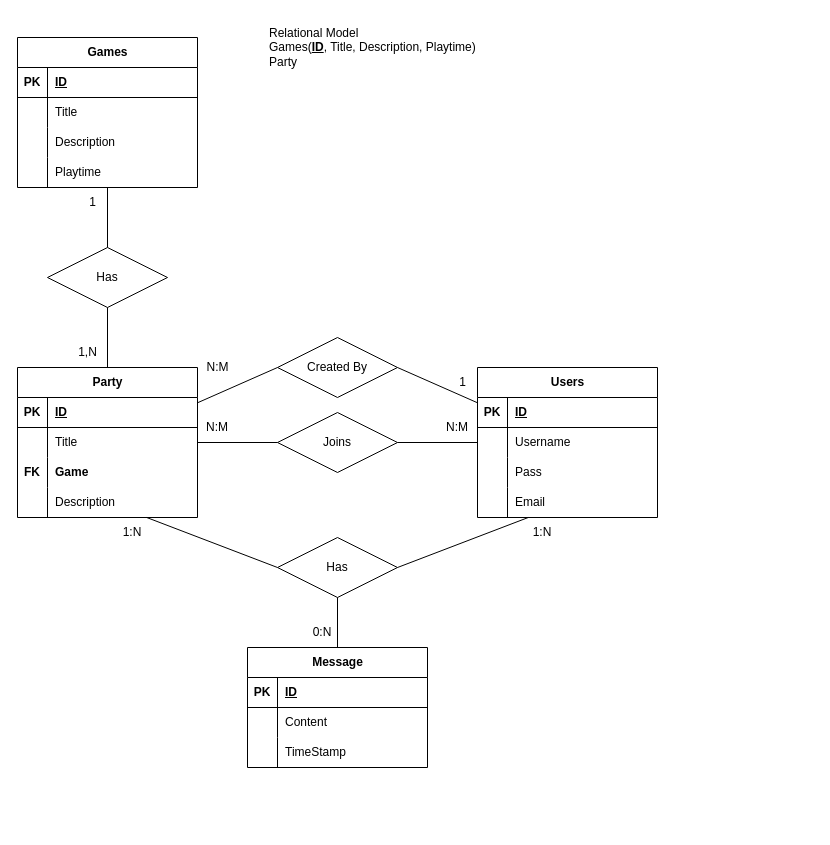
Above: Diagrama ER.drawio in BasementHalfStackDev/prueba-tecnica-pt1 (draw.io), before the change. Source tidied: cells renumbered, new cells numbered last; positions are measured from the earlier drawing's top-left corner, leaving out a move shared by most shapes. Both pictures are drawn from the tidied source at 100%, with x=0, y=0 at pixel (17, 17).
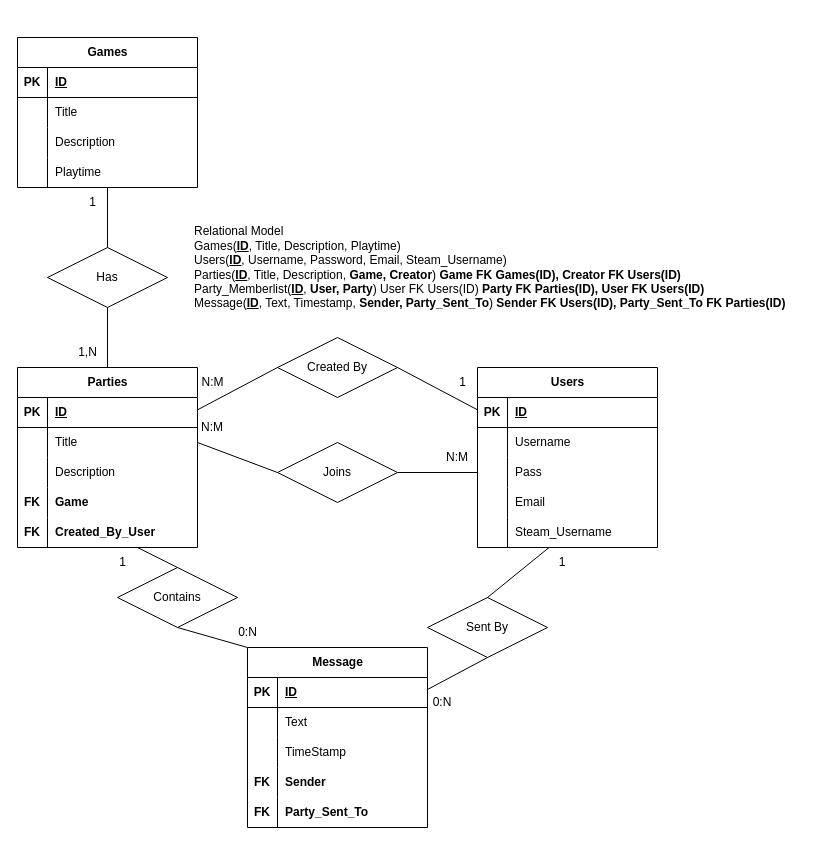
After the change.

The change refers to these unchanged cells:
```xml
<mxCell id="19" style="shape=tableRow;horizontal=0;startSize=0;swimlaneHead=0;swimlaneBody=0;fillColor=none;points=[[0,0.5],[1,0.5]];portConstraint=eastwest;top=0;left=0;right=0;bottom=0;" parent="15" vertex="1">
  <mxGeometry y="60" width="180" height="30" as="geometry" />
</mxCell>
<mxCell id="22" style="shape=tableRow;horizontal=0;startSize=0;swimlaneHead=0;swimlaneBody=0;fillColor=none;points=[[0,0.5],[1,0.5]];portConstraint=eastwest;top=0;left=0;right=0;bottom=0;" parent="15" vertex="1">
  <mxGeometry y="90" width="180" height="30" as="geometry" />
</mxCell>
<mxCell id="25" style="shape=tableRow;horizontal=0;startSize=0;swimlaneHead=0;swimlaneBody=0;fillColor=none;points=[[0,0.5],[1,0.5]];portConstraint=eastwest;top=0;left=0;right=0;bottom=0;" parent="15" vertex="1">
  <mxGeometry y="120" width="180" height="30" as="geometry" />
</mxCell>
<mxCell id="35" style="shape=tableRow;horizontal=0;startSize=0;swimlaneHead=0;swimlaneBody=0;fillColor=none;top=0;left=0;right=0;bottom=0;" parent="28" vertex="1">
  <mxGeometry y="90" width="180" height="30" as="geometry" />
</mxCell>
<mxCell id="45" style="shape=tableRow;horizontal=0;startSize=0;swimlaneHead=0;swimlaneBody=0;fillColor=none;top=0;left=0;right=0;bottom=0;" parent="41" vertex="1">
  <mxGeometry y="60" width="180" height="30" as="geometry" />
</mxCell>
```

Change to the diagram source:
```diff
@@
     <mxCell id="15" value="Users" style="shape=table;startSize=30;childLayout=tableLayout;rowLines=0;fontStyle=1;align=center;html=1;" parent="1" vertex="1">
-      <mxGeometry x="460" y="350" width="180" height="150" as="geometry" />
+      <mxGeometry x="460" y="350" width="180" height="180" as="geometry" />
     </mxCell>
@@
+    <mxCell id="74" style="shape=tableRow;horizontal=0;startSize=0;swimlaneHead=0;swimlaneBody=0;fillColor=none;points=[[0,0.5],[1,0.5]];portConstraint=eastwest;top=0;left=0;right=0;bottom=0;" parent="15" vertex="1">
+      <mxGeometry y="150" width="180" height="30" as="geometry" />
+    </mxCell>
+    <mxCell id="75" style="shape=partialRectangle;fillColor=none;top=0;left=0;bottom=0;right=0;overflow=hidden;whiteSpace=wrap;html=1;" parent="74" vertex="1">
+      <mxGeometry width="30" height="30" as="geometry" />
+    </mxCell>
+    <mxCell id="76" value="Steam_Username" style="shape=partialRectangle;fillColor=none;top=0;left=0;bottom=0;right=0;align=left;spacingLeft=6;overflow=hidden;whiteSpace=wrap;html=1;" parent="74" vertex="1">
+      <mxGeometry x="30" width="150" height="30" as="geometry" />
+    </mxCell>
-    <mxCell id="28" value="Party" style="shape=table;startSize=30;childLayout=tableLayout;rowLines=0;fontStyle=1;align=center;html=1;" parent="1" vertex="1">
-      <mxGeometry y="350" width="180" height="150" as="geometry" />
+    <mxCell id="28" value="Parties" style="shape=table;startSize=30;childLayout=tableLayout;rowLines=0;fontStyle=1;align=center;html=1;" parent="1" vertex="1">
+      <mxGeometry y="350" width="180" height="180" as="geometry" />
     </mxCell>
@@
-    <mxCell id="36" value="&lt;b&gt;FK&lt;/b&gt;" style="shape=partialRectangle;fillColor=none;top=0;left=0;bottom=0;right=0;overflow=hidden;whiteSpace=wrap;html=1;" parent="35" vertex="1">
+    <mxCell id="36" style="shape=partialRectangle;fillColor=none;top=0;left=0;bottom=0;right=0;overflow=hidden;whiteSpace=wrap;html=1;" parent="35" vertex="1">
       <mxGeometry width="30" height="30" as="geometry" />
     </mxCell>
-    <mxCell id="37" value="&lt;b&gt;Game&lt;/b&gt;" style="shape=partialRectangle;fillColor=none;top=0;left=0;bottom=0;right=0;align=left;spacingLeft=6;overflow=hidden;whiteSpace=wrap;html=1;" parent="35" vertex="1">
+    <mxCell id="37" value="Description" style="shape=partialRectangle;fillColor=none;top=0;left=0;bottom=0;right=0;align=left;spacingLeft=6;overflow=hidden;whiteSpace=wrap;html=1;" parent="35" vertex="1">
       <mxGeometry x="30" width="150" height="30" as="geometry" />
     </mxCell>
+    <mxCell id="77" style="shape=tableRow;horizontal=0;startSize=0;swimlaneHead=0;swimlaneBody=0;fillColor=none;top=0;left=0;right=0;bottom=0;" parent="28" vertex="1">
+      <mxGeometry y="120" width="180" height="30" as="geometry" />
+    </mxCell>
+    <mxCell id="78" value="FK" style="shape=partialRectangle;fillColor=none;top=0;left=0;bottom=0;right=0;overflow=hidden;whiteSpace=wrap;html=1;fontStyle=1;" parent="77" vertex="1">
+      <mxGeometry width="30" height="30" as="geometry" />
+    </mxCell>
+    <mxCell id="79" value="Game" style="shape=partialRectangle;fillColor=none;top=0;left=0;bottom=0;right=0;align=left;spacingLeft=6;overflow=hidden;whiteSpace=wrap;html=1;fontStyle=1;" parent="77" vertex="1">
+      <mxGeometry x="30" width="150" height="30" as="geometry" />
+    </mxCell>
     <mxCell id="38" style="shape=tableRow;horizontal=0;startSize=0;swimlaneHead=0;swimlaneBody=0;fillColor=none;points=[[0,0.5],[1,0.5]];portConstraint=eastwest;top=0;left=0;right=0;bottom=0;" parent="28" vertex="1">
-      <mxGeometry y="120" width="180" height="30" as="geometry" />
+      <mxGeometry y="150" width="180" height="30" as="geometry" />
     </mxCell>
-    <mxCell id="39" style="shape=partialRectangle;fillColor=none;top=0;left=0;bottom=0;right=0;overflow=hidden;whiteSpace=wrap;html=1;" parent="38" vertex="1">
+    <mxCell id="39" value="FK" style="shape=partialRectangle;fillColor=none;top=0;left=0;bottom=0;right=0;overflow=hidden;whiteSpace=wrap;html=1;fontStyle=1;" parent="38" vertex="1">
       <mxGeometry width="30" height="30" as="geometry" />
     </mxCell>
-    <mxCell id="40" value="Description" style="shape=partialRectangle;fillColor=none;top=0;left=0;bottom=0;right=0;align=left;spacingLeft=6;overflow=hidden;whiteSpace=wrap;html=1;" parent="38" vertex="1">
+    <mxCell id="40" value="Created_By_User" style="shape=partialRectangle;fillColor=none;top=0;left=0;bottom=0;right=0;align=left;spacingLeft=6;overflow=hidden;whiteSpace=wrap;html=1;fontStyle=1;" parent="38" vertex="1">
       <mxGeometry x="30" width="150" height="30" as="geometry" />
     </mxCell>
     <mxCell id="41" value="Message" style="shape=table;startSize=30;childLayout=tableLayout;rowLines=0;fontStyle=1;align=center;html=1;" parent="1" vertex="1">
-      <mxGeometry x="230" y="630" width="180" height="120" as="geometry" />
+      <mxGeometry x="230" y="630" width="180" height="180" as="geometry" />
     </mxCell>
@@
-    <mxCell id="47" value="Content" style="shape=partialRectangle;fillColor=none;top=0;left=0;bottom=0;right=0;align=left;spacingLeft=6;overflow=hidden;whiteSpace=wrap;html=1;" parent="45" vertex="1">
+    <mxCell id="47" value="Text" style="shape=partialRectangle;fillColor=none;top=0;left=0;bottom=0;right=0;align=left;spacingLeft=6;overflow=hidden;whiteSpace=wrap;html=1;" parent="45" vertex="1">
       <mxGeometry x="30" width="150" height="30" as="geometry" />
     </mxCell>
+    <mxCell id="80" style="shape=tableRow;horizontal=0;startSize=0;swimlaneHead=0;swimlaneBody=0;fillColor=none;top=0;left=0;right=0;bottom=0;" parent="41" vertex="1">
+      <mxGeometry y="90" width="180" height="30" as="geometry" />
+    </mxCell>
+    <mxCell id="81" style="shape=partialRectangle;fillColor=none;top=0;left=0;bottom=0;right=0;overflow=hidden;whiteSpace=wrap;html=1;" parent="80" vertex="1">
+      <mxGeometry width="30" height="30" as="geometry" />
+    </mxCell>
+    <mxCell id="82" value="TimeStamp" style="shape=partialRectangle;fillColor=none;top=0;left=0;bottom=0;right=0;align=left;spacingLeft=6;overflow=hidden;whiteSpace=wrap;html=1;" parent="80" vertex="1">
+      <mxGeometry x="30" width="150" height="30" as="geometry" />
+    </mxCell>
+    <mxCell id="83" style="shape=tableRow;horizontal=0;startSize=0;swimlaneHead=0;swimlaneBody=0;fillColor=none;top=0;left=0;right=0;bottom=0;" parent="41" vertex="1">
+      <mxGeometry y="120" width="180" height="30" as="geometry" />
+    </mxCell>
+    <mxCell id="84" value="FK" style="shape=partialRectangle;fillColor=none;top=0;left=0;bottom=0;right=0;overflow=hidden;whiteSpace=wrap;html=1;fontStyle=1;" parent="83" vertex="1">
+      <mxGeometry width="30" height="30" as="geometry" />
+    </mxCell>
+    <mxCell id="85" value="Sender" style="shape=partialRectangle;fillColor=none;top=0;left=0;bottom=0;right=0;align=left;spacingLeft=6;overflow=hidden;whiteSpace=wrap;html=1;fontStyle=1;" parent="83" vertex="1">
+      <mxGeometry x="30" width="150" height="30" as="geometry" />
+    </mxCell>
     <mxCell id="48" style="shape=tableRow;horizontal=0;startSize=0;swimlaneHead=0;swimlaneBody=0;fillColor=none;top=0;left=0;right=0;bottom=0;" parent="41" vertex="1">
-      <mxGeometry y="90" width="180" height="30" as="geometry" />
+      <mxGeometry y="150" width="180" height="30" as="geometry" />
     </mxCell>
-    <mxCell id="49" style="shape=partialRectangle;fillColor=none;top=0;left=0;bottom=0;right=0;overflow=hidden;whiteSpace=wrap;html=1;" parent="48" vertex="1">
+    <mxCell id="49" value="FK" style="shape=partialRectangle;fillColor=none;top=0;left=0;bottom=0;right=0;overflow=hidden;whiteSpace=wrap;html=1;fontStyle=1;" parent="48" vertex="1">
       <mxGeometry width="30" height="30" as="geometry" />
     </mxCell>
-    <mxCell id="50" value="TimeStamp" style="shape=partialRectangle;fillColor=none;top=0;left=0;bottom=0;right=0;align=left;spacingLeft=6;overflow=hidden;whiteSpace=wrap;html=1;" parent="48" vertex="1">
+    <mxCell id="50" value="Party_Sent_To" style="shape=partialRectangle;fillColor=none;top=0;left=0;bottom=0;right=0;align=left;spacingLeft=6;overflow=hidden;whiteSpace=wrap;html=1;fontStyle=1;" parent="48" vertex="1">
       <mxGeometry x="30" width="150" height="30" as="geometry" />
     </mxCell>
@@
     <mxCell id="56" value="Joins" style="shape=rhombus;perimeter=rhombusPerimeter;whiteSpace=wrap;html=1;align=center;" parent="1" vertex="1">
-      <mxGeometry x="260" y="395" width="120" height="60" as="geometry" />
+      <mxGeometry x="260" y="425" width="120" height="60" as="geometry" />
     </mxCell>
-    <mxCell id="57" style="endArrow=none;html=1;rounded=0;entryX=0;entryY=0.5;entryDx=0;entryDy=0;exitX=1;exitY=0.5;exitDx=0;exitDy=0;" parent="1" edge="1" source="56" target="19">
+    <mxCell id="57" style="endArrow=none;html=1;rounded=0;exitX=1;exitY=0.5;exitDx=0;exitDy=0;" parent="1" edge="1" source="56" target="22">
       <mxGeometry relative="1" as="geometry" />
     </mxCell>
@@
     <mxCell id="59" value="N:M" style="text;html=1;strokeColor=none;fillColor=none;align=center;verticalAlign=middle;whiteSpace=wrap;rounded=0;" parent="1" vertex="1">
-      <mxGeometry x="180" y="395" width="40" height="30" as="geometry" />
+      <mxGeometry x="175" y="395" width="40" height="30" as="geometry" />
     </mxCell>
     <mxCell id="60" value="N:M" style="text;html=1;strokeColor=none;fillColor=none;align=center;verticalAlign=middle;whiteSpace=wrap;rounded=0;" parent="1" vertex="1">
-      <mxGeometry x="420" y="395" width="40" height="30" as="geometry" />
+      <mxGeometry x="420" y="425" width="40" height="30" as="geometry" />
     </mxCell>
-    <mxCell id="61" value="Has" style="shape=rhombus;perimeter=rhombusPerimeter;whiteSpace=wrap;html=1;align=center;" parent="1" vertex="1">
-      <mxGeometry x="260" y="520" width="120" height="60" as="geometry" />
+    <mxCell id="61" value="Sent By" style="shape=rhombus;perimeter=rhombusPerimeter;whiteSpace=wrap;html=1;align=center;" parent="1" vertex="1">
+      <mxGeometry x="410" y="580" width="120" height="60" as="geometry" />
     </mxCell>
@@
-    <mxCell id="63" style="endArrow=none;html=1;rounded=0;exitX=0;exitY=0.5;exitDx=0;exitDy=0;" parent="1" edge="1" source="61" target="38">
-      <mxGeometry relative="1" as="geometry" />
-    </mxCell>
-    <mxCell id="64" style="endArrow=none;html=1;rounded=0;exitX=1;exitY=0.5;exitDx=0;exitDy=0;" parent="1" edge="1" source="61" target="25">
+    <mxCell id="64" style="endArrow=none;html=1;rounded=0;exitX=0.5;exitY=0;exitDx=0;exitDy=0;" parent="1" edge="1" source="61" target="74">
       <mxGeometry relative="1" as="geometry" />
     </mxCell>
     <mxCell id="65" value="0:N" style="text;html=1;strokeColor=none;fillColor=none;align=center;verticalAlign=middle;whiteSpace=wrap;rounded=0;" parent="1" vertex="1">
-      <mxGeometry x="290" y="600" width="30" height="30" as="geometry" />
+      <mxGeometry x="410" y="670" width="30" height="30" as="geometry" />
     </mxCell>
-    <mxCell id="66" value="1:N" style="text;html=1;strokeColor=none;fillColor=none;align=center;verticalAlign=middle;whiteSpace=wrap;rounded=0;" parent="1" vertex="1">
-      <mxGeometry x="510" y="500" width="30" height="30" as="geometry" />
+    <mxCell id="66" value="1" style="text;html=1;strokeColor=none;fillColor=none;align=center;verticalAlign=middle;whiteSpace=wrap;rounded=0;" parent="1" vertex="1">
+      <mxGeometry x="530" y="530" width="30" height="30" as="geometry" />
     </mxCell>
-    <mxCell id="67" value="1:N" style="text;html=1;strokeColor=none;fillColor=none;align=center;verticalAlign=middle;whiteSpace=wrap;rounded=0;" parent="1" vertex="1">
-      <mxGeometry x="100" y="500" width="30" height="30" as="geometry" />
-    </mxCell>
-    <mxCell id="68" value="Relational Model&lt;br&gt;Games(&lt;b&gt;&lt;u&gt;ID&lt;/u&gt;&lt;/b&gt;, Title, Description, Playtime)&lt;br&gt;Party" style="text;html=1;align=left;verticalAlign=middle;strokeColor=none;fillColor=none;" parent="1" vertex="1">
-      <mxGeometry x="250" width="230" height="60" as="geometry" />
+    <mxCell id="68" value="Relational Model&lt;br&gt;Games(&lt;b&gt;&lt;u&gt;ID&lt;/u&gt;&lt;/b&gt;, Title, Description, Playtime)&lt;br&gt;Users(&lt;b&gt;&lt;u&gt;ID&lt;/u&gt;&lt;/b&gt;, Username, Password, Email, Steam_Username)&lt;br&gt;Parties(&lt;b&gt;&lt;u&gt;ID&lt;/u&gt;&lt;/b&gt;, Title, Description, &lt;b&gt;Game, Creator&lt;/b&gt;) &lt;b&gt;Game FK Games(ID), Creator FK Users(ID)&lt;/b&gt;&lt;br&gt;Party_Memberlist(&lt;b&gt;&lt;u&gt;ID&lt;/u&gt;&lt;/b&gt;, &lt;b&gt;User, Party&lt;/b&gt;) User FK Users(ID) &lt;b&gt;Party FK Parties(ID), User FK Users(ID)&lt;/b&gt;&lt;br&gt;Message(&lt;u style=&quot;font-weight: bold;&quot;&gt;ID&lt;/u&gt;, Text, Timestamp, &lt;b&gt;Sender, Party_Sent_To&lt;/b&gt;) &lt;b&gt;Sender FK Users(ID), Party_Sent_To FK Parties(ID)&lt;/b&gt;" style="text;html=1;align=left;verticalAlign=middle;strokeColor=none;fillColor=none;" parent="1" vertex="1">
+      <mxGeometry x="175" y="200" width="620" height="100" as="geometry" />
     </mxCell>
@@
     <mxCell id="72" value="N:M" style="text;html=1;align=center;verticalAlign=middle;strokeColor=none;fillColor=none;" parent="1" vertex="1">
-      <mxGeometry x="175" y="335" width="50" height="30" as="geometry" />
+      <mxGeometry x="170" y="350" width="50" height="30" as="geometry" />
     </mxCell>
@@
+    <mxCell id="86" value="Contains" style="shape=rhombus;perimeter=rhombusPerimeter;whiteSpace=wrap;html=1;align=center;" parent="1" vertex="1">
+      <mxGeometry x="100" y="550" width="120" height="60" as="geometry" />
+    </mxCell>
+    <mxCell id="87" style="endArrow=none;html=1;rounded=0;entryX=0;entryY=0;entryDx=0;entryDy=0;exitX=0.5;exitY=1;exitDx=0;exitDy=0;" parent="1" edge="1" source="86" target="41">
+      <mxGeometry relative="1" as="geometry" />
+    </mxCell>
+    <mxCell id="88" style="endArrow=none;html=1;rounded=0;entryX=0.5;entryY=0;entryDx=0;entryDy=0;" parent="1" edge="1" source="38" target="86">
+      <mxGeometry relative="1" as="geometry" />
+    </mxCell>
+    <mxCell id="89" value="1" style="text;html=1;align=center;verticalAlign=middle;strokeColor=none;fillColor=none;" parent="1" vertex="1">
+      <mxGeometry x="90" y="530" width="30" height="30" as="geometry" />
+    </mxCell>
+    <mxCell id="90" value="0:N" style="text;html=1;align=center;verticalAlign=middle;strokeColor=none;fillColor=none;" parent="1" vertex="1">
+      <mxGeometry x="210" y="600" width="40" height="30" as="geometry" />
+    </mxCell>
```
